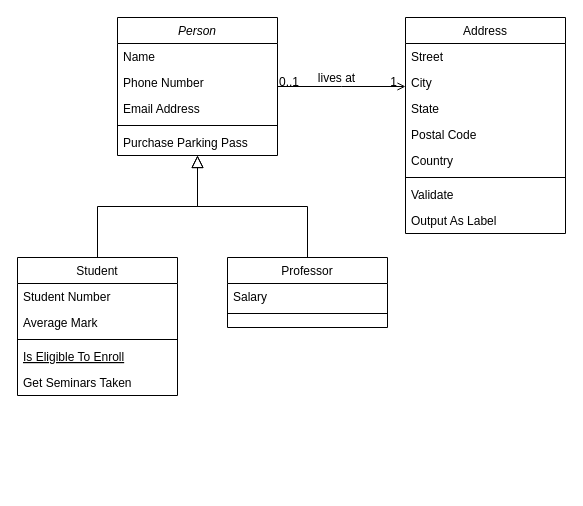
Before: Untitled Diagram.drawio in Shechu/test, a draw.io diagram. Source tidied: cells renumbered, new cells numbered last; positions are measured from the earlier drawing's top-left corner, leaving out a move shared by most shapes. Both pictures are drawn from the tidied source at 100%, with x=0, y=0 at pixel (17, 17).
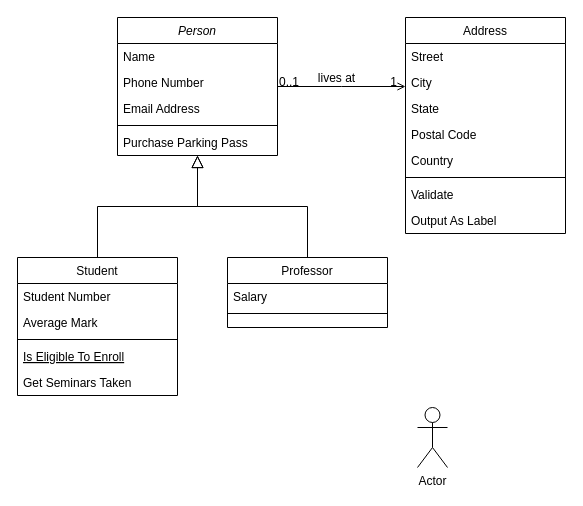
After the change.

Diff of the diagram source:
```diff
@@
+    <mxCell id="32" value="Actor" style="shape=umlActor;verticalLabelPosition=bottom;verticalAlign=top;html=1;" parent="1" vertex="1">
+      <mxGeometry x="400" y="390" width="30" height="60" as="geometry" />
+    </mxCell>
```
